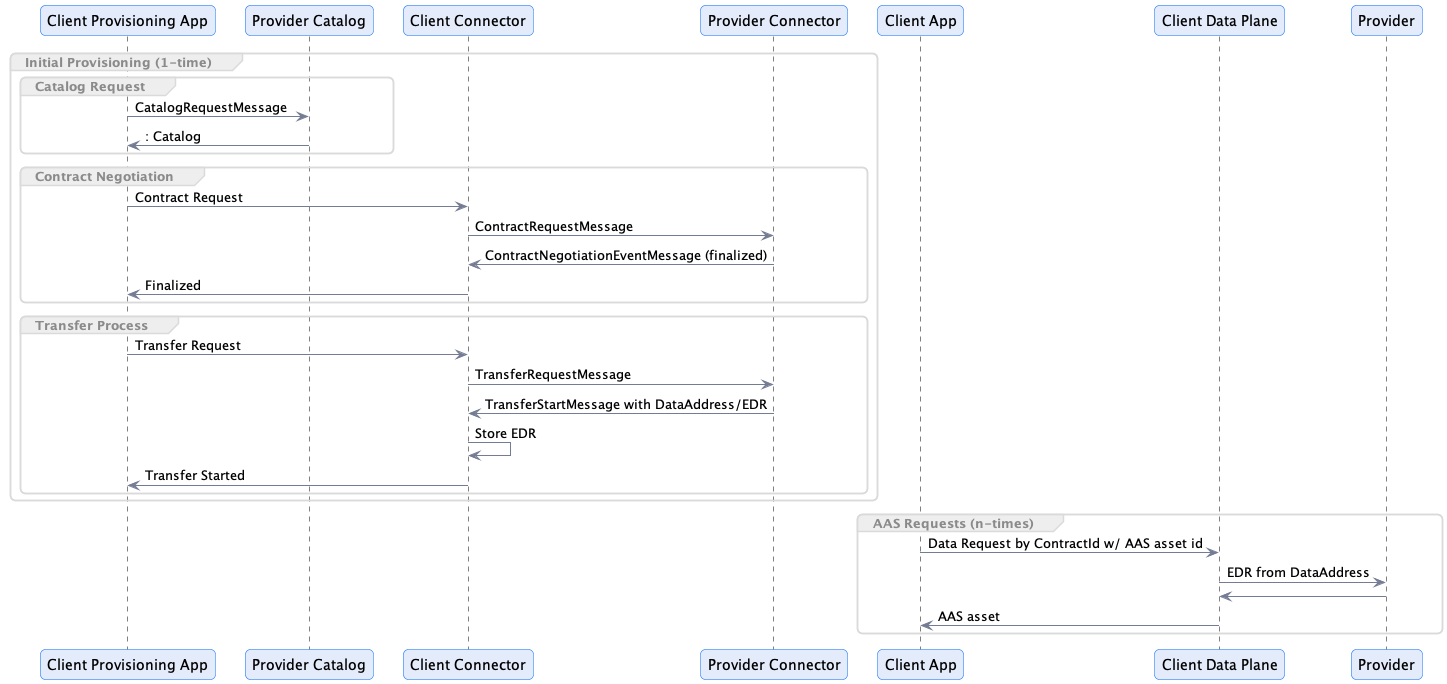
This is runtime.operation.png from Metaform/edc-aas, a PlantUML export, as it was before one commit.
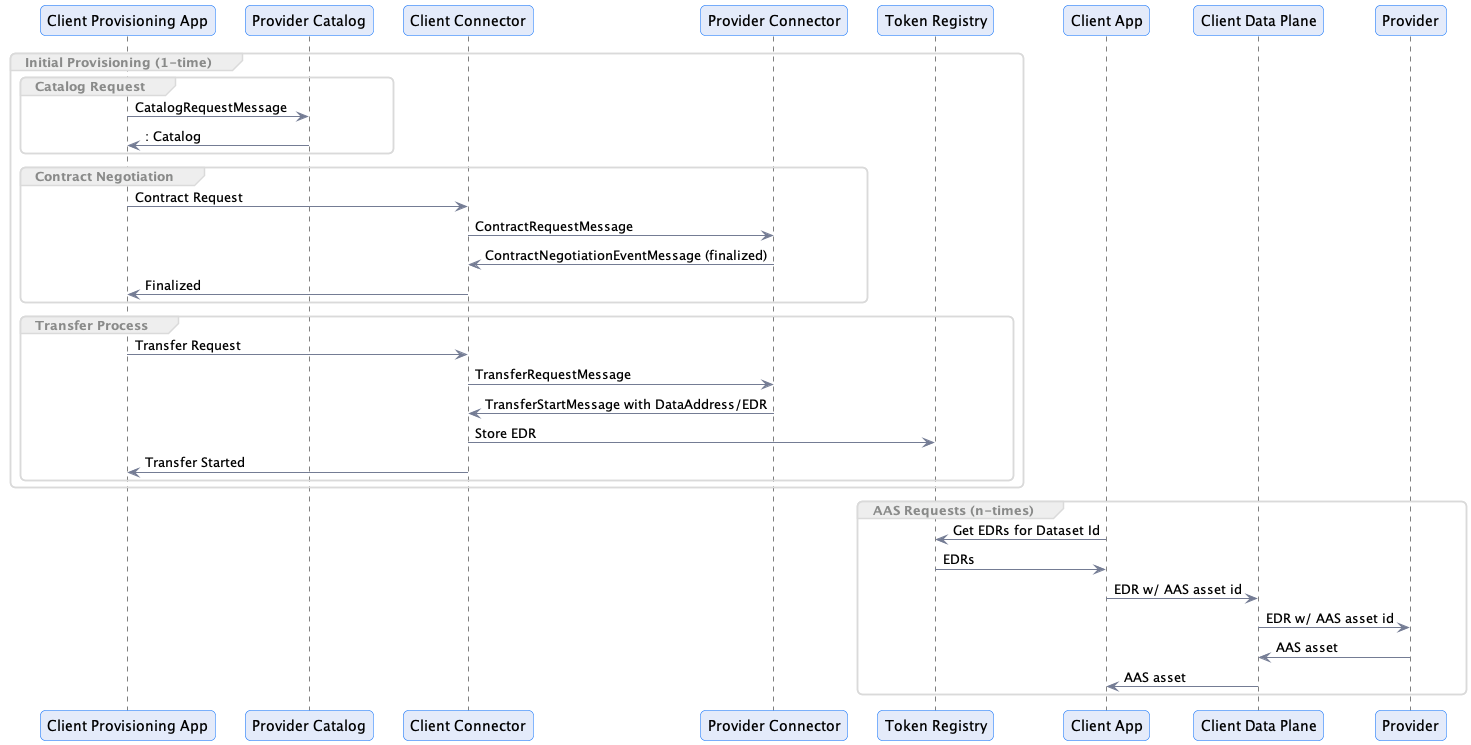
Later version of the same file.

What changed in the source:
```diff
@@ -22,7 +22,7 @@
 PA -> CC: Transfer Request
 CC -> PConn: TransferRequestMessage
 PConn -> CC: TransferStartMessage with DataAddress/EDR
-CC->CC: Store EDR
+CC-> "Token Registry" as TR: Store EDR
 CC -> PA: Transfer Started
 end
 
@@ -31,9 +31,11 @@
 
 group AAS Requests (n-times)
 
-"Client App" as CA -> "Client Data Plane" as CDA: Data Request by ContractId w/ AAS asset id
-CDA -> Provider: EDR from DataAddress
-CDA <-Provider
+"Client App" as CA -> TR: Get EDRs for Dataset Id
+CA <- TR: EDRs
+CA -> "Client Data Plane" as CDA: EDR w/ AAS asset id
+CDA -> Provider: EDR w/ AAS asset id
+CDA <-Provider: AAS asset
 CA <- CDA: AAS asset
 end
 @enduml
```
